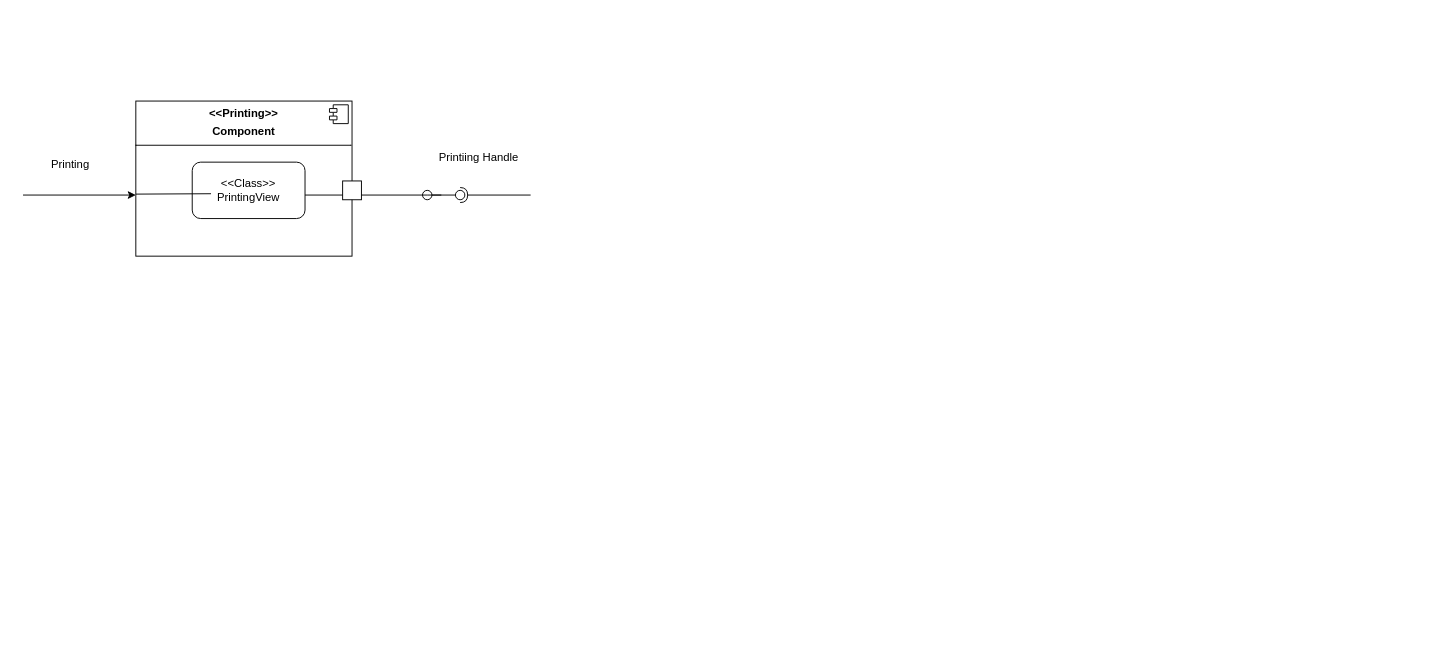
Before: Untitled Diagram.drawio in QuangTrungK22/MCU_LAB3, a draw.io diagram. Source tidied: cells renumbered, new cells numbered last; positions are measured from the earlier drawing's top-left corner, leaving out a move shared by most shapes. Both pictures are drawn from the tidied source at 94%, with x=0, y=0 at pixel (23, 101).
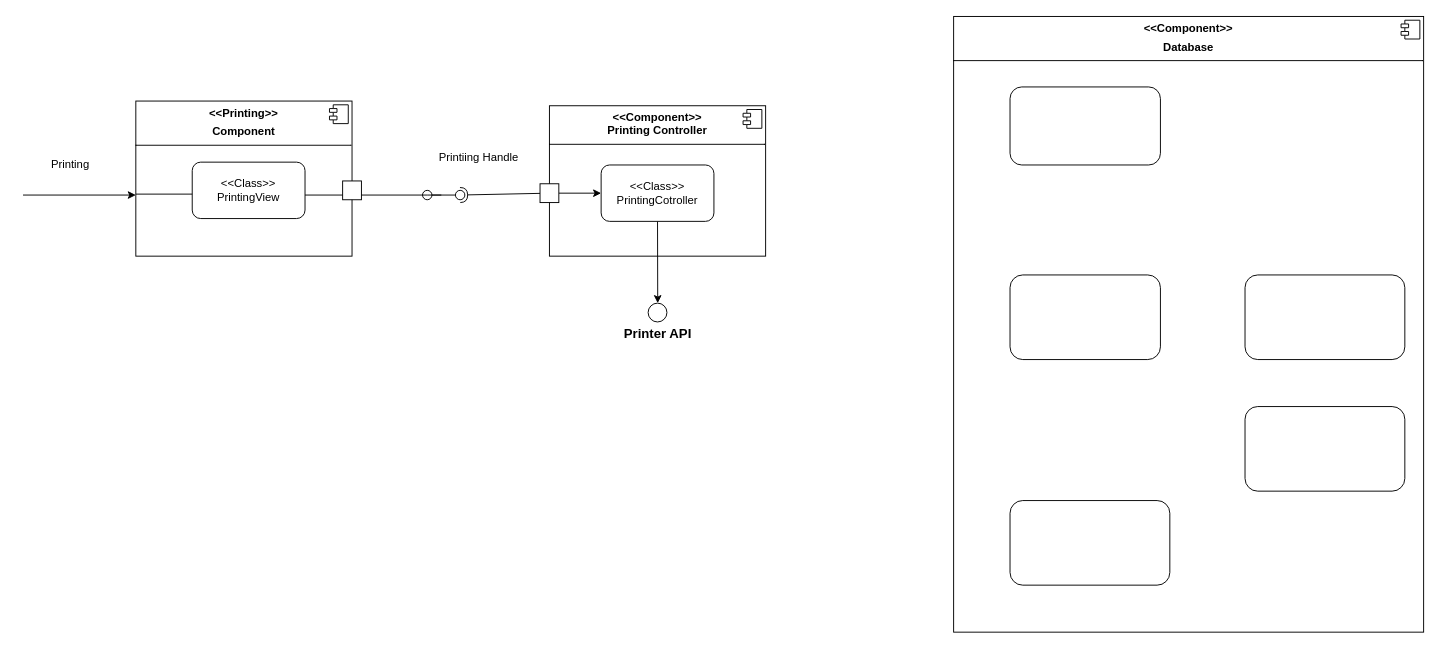
After the change.

Commit message:
CNPM-DIAGRAM

Unchanged cells that the change refers to:
```xml
<mxCell id="8" style="ellipse;whiteSpace=wrap;html=1;align=center;fillColor=none;strokeColor=none;perimeter=centerPerimeter;points=[];outlineConnect=1;" parent="1" vertex="1">
  <mxGeometry x="460" y="95" width="10" height="10" as="geometry" />
</mxCell>
```

Diff of the diagram source:
```diff
@@
-    <mxCell id="6" style="rounded=0;jettySize=auto;html=1;endArrow=halfCircle;endFill=0;endSize=6;strokeWidth=1;sketch=0;" parent="1" edge="1" target="8">
-      <mxGeometry relative="1" as="geometry">
-        <mxPoint x="540" y="100" as="sourcePoint" />
-      </mxGeometry>
+    <mxCell id="6" style="rounded=0;jettySize=auto;html=1;endArrow=halfCircle;endFill=0;endSize=6;strokeWidth=1;sketch=0;" parent="1" edge="1" source="20" target="8">
+      <mxGeometry relative="1" as="geometry" />
     </mxCell>
@@
     <mxCell id="12" style="endArrow=none;html=1;rounded=0;" parent="1" edge="1">
       <mxGeometry relative="1" as="geometry">
         <mxPoint x="120" y="99" as="sourcePoint" />
-        <mxPoint x="200" y="98.6" as="targetPoint" />
+        <mxPoint x="180" y="99" as="targetPoint" />
       </mxGeometry>
     </mxCell>
@@
+    <mxCell id="17" value="&lt;p style=&quot;margin:0px;margin-top:6px;text-align:center;&quot;&gt;&lt;b&gt;&amp;lt;&amp;lt;Component&amp;gt;&amp;gt;&lt;br&gt;Printing Controller&lt;/b&gt;&lt;/p&gt;&lt;hr size=&quot;1&quot; style=&quot;border-style:solid;&quot;&gt;&lt;p style=&quot;margin:0px;margin-left:8px;&quot;&gt;&lt;br&gt;&lt;br&gt;&lt;/p&gt;" style="align=left;overflow=fill;html=1;whiteSpace=wrap;" parent="1" vertex="1">
+      <mxGeometry x="560" y="5" width="230" height="160" as="geometry" />
+    </mxCell>
+    <mxCell id="18" style="shape=component;jettyWidth=8;jettyHeight=4;" parent="17" vertex="1">
+      <mxGeometry x="1" width="20" height="20" relative="1" as="geometry">
+        <mxPoint x="-24" y="4" as="offset" />
+      </mxGeometry>
+    </mxCell>
+    <mxCell id="19" style="edgeStyle=none;rounded=0;jettySize=auto;html=1;" parent="1" edge="1" source="20" target="22">
+      <mxGeometry relative="1" as="geometry" />
+    </mxCell>
+    <mxCell id="20" style="whiteSpace=wrap;html=1;" parent="1" vertex="1">
+      <mxGeometry x="550" y="88" width="20" height="20" as="geometry" />
+    </mxCell>
+    <mxCell id="21" style="edgeStyle=none;rounded=0;jettySize=auto;html=1;exitX=0.5;exitY=1;exitDx=0;exitDy=0;" parent="1" edge="1" source="22">
+      <mxGeometry relative="1" as="geometry">
+        <mxPoint x="675.2" y="215" as="targetPoint" />
+      </mxGeometry>
+    </mxCell>
+    <mxCell id="22" value="&amp;lt;&amp;lt;Class&amp;gt;&amp;gt;&lt;div&gt;PrintingCotroller&lt;/div&gt;" style="rounded=1;whiteSpace=wrap;html=1;" parent="1" vertex="1">
+      <mxGeometry x="615" y="68" width="120" height="60" as="geometry" />
+    </mxCell>
+    <mxCell id="23" style="ellipse;whiteSpace=wrap;html=1;" parent="1" vertex="1">
+      <mxGeometry x="665" y="215" width="20" height="20" as="geometry" />
+    </mxCell>
+    <mxCell id="24" value="&lt;font style=&quot;font-size: 14px;&quot;&gt;&lt;b&gt;Printer API&lt;/b&gt;&lt;/font&gt;&lt;div&gt;&lt;br&gt;&lt;/div&gt;" style="text;html=1;align=center;verticalAlign=middle;strokeColor=none;fillColor=none;" parent="1" vertex="1">
+      <mxGeometry x="625" y="235" width="100" height="40" as="geometry" />
+    </mxCell>
+    <mxCell id="25" value="&lt;p style=&quot;margin:0px;margin-top:6px;text-align:center;&quot;&gt;&lt;b&gt;&amp;lt;&amp;lt;Component&amp;gt;&amp;gt;&lt;/b&gt;&lt;/p&gt;&lt;p style=&quot;margin:0px;margin-top:6px;text-align:center;&quot;&gt;&lt;b&gt;Database&lt;/b&gt;&lt;/p&gt;&lt;hr size=&quot;1&quot; style=&quot;border-style:solid;&quot;&gt;&lt;p style=&quot;margin:0px;margin-left:8px;&quot;&gt;&lt;br&gt;&lt;/p&gt;" style="align=left;overflow=fill;html=1;whiteSpace=wrap;" parent="1" vertex="1">
+      <mxGeometry x="990" y="-90" width="500" height="655" as="geometry" />
+    </mxCell>
+    <mxCell id="26" style="shape=component;jettyWidth=8;jettyHeight=4;" parent="25" vertex="1">
+      <mxGeometry x="1" width="20" height="20" relative="1" as="geometry">
+        <mxPoint x="-24" y="4" as="offset" />
+      </mxGeometry>
+    </mxCell>
+    <mxCell id="27" style="rounded=1;whiteSpace=wrap;html=1;" parent="1" vertex="1">
+      <mxGeometry x="1050" y="-15" width="160" height="83" as="geometry" />
+    </mxCell>
+    <mxCell id="28" style="rounded=1;whiteSpace=wrap;html=1;" parent="1" vertex="1">
+      <mxGeometry x="1050" y="185" width="160" height="90" as="geometry" />
+    </mxCell>
+    <mxCell id="29" style="rounded=1;whiteSpace=wrap;html=1;" parent="1" vertex="1">
+      <mxGeometry x="1300" y="185" width="170" height="90" as="geometry" />
+    </mxCell>
+    <mxCell id="30" style="rounded=1;whiteSpace=wrap;html=1;" parent="1" vertex="1">
+      <mxGeometry x="1300" y="325" width="170" height="90" as="geometry" />
+    </mxCell>
+    <mxCell id="31" style="rounded=1;whiteSpace=wrap;html=1;" parent="1" vertex="1">
+      <mxGeometry x="1050" y="425" width="170" height="90" as="geometry" />
+    </mxCell>
```
